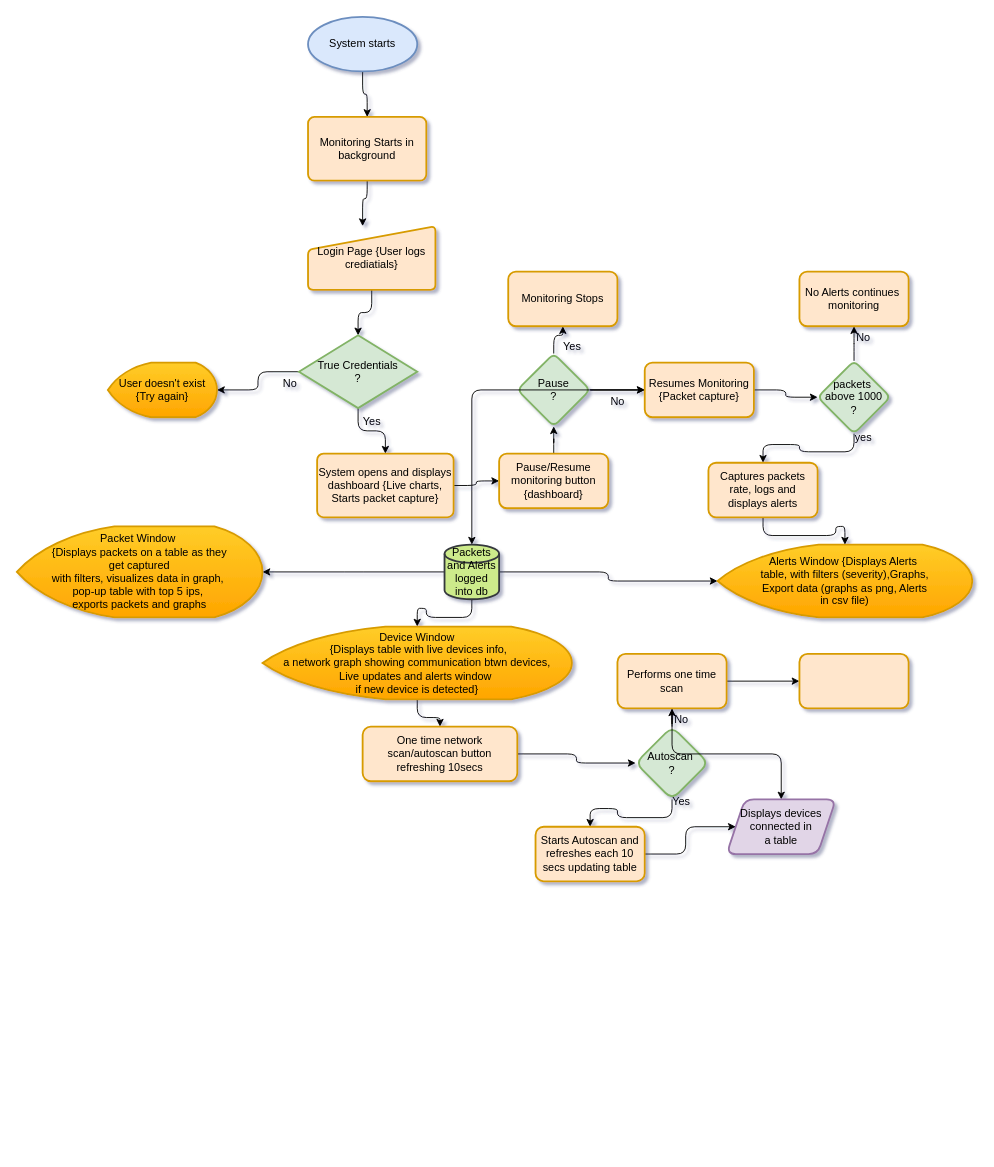
Above: docs/Untitled Diagram.drawio in Bigst3pp3r/Simple-Network-Monitoring-System-main (draw.io), before the change. Source tidied: cells renumbered, new cells numbered last; positions are measured from the earlier drawing's top-left corner, leaving out a move shared by most shapes. Both pictures are drawn from the tidied source at 91%, with x=0, y=0 at pixel (16, 16).
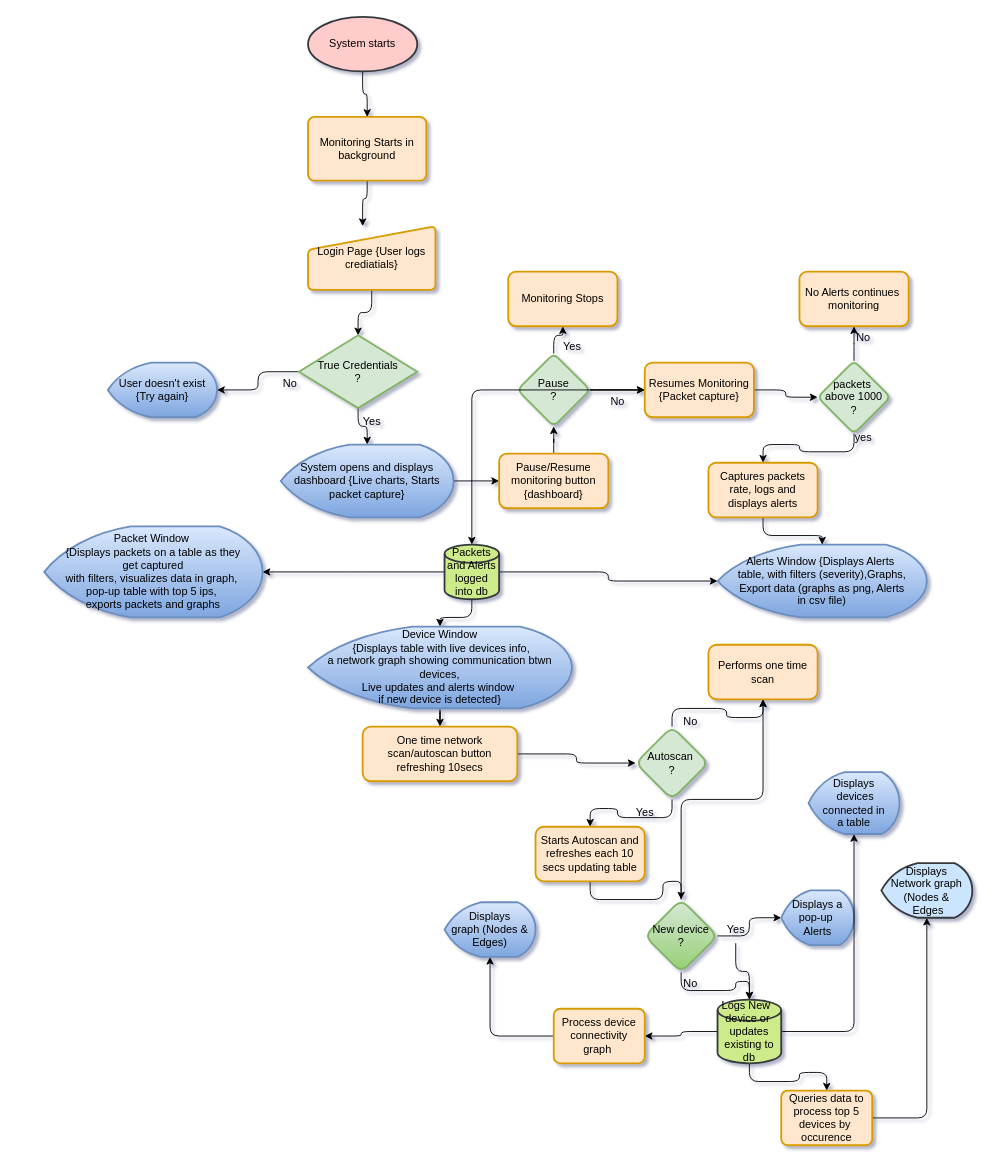
Above is the later version.

The change refers to these unchanged cells:
```xml
<mxCell id="54" value="Starts Autoscan and refreshes each 10 secs updating table" style="rounded=1;whiteSpace=wrap;html=1;fillColor=#ffe6cc;strokeColor=#d79b00;strokeWidth=2;" parent="1" vertex="1">
  <mxGeometry x="570" y="890" width="120" height="60" as="geometry" />
</mxCell>
```

The edit, as a diff of the source:
```diff
@@
-    <mxCell id="3" value="System starts" style="strokeWidth=2;html=1;shape=mxgraph.flowchart.start_1;whiteSpace=wrap;fillColor=#dae8fc;strokeColor=#6c8ebf;rounded=1;" parent="1" vertex="1">
+    <mxCell id="3" value="System starts" style="strokeWidth=2;html=1;shape=mxgraph.flowchart.start_1;whiteSpace=wrap;fillColor=#ffcccc;strokeColor=#36393d;rounded=1;" parent="1" vertex="1">
       <mxGeometry x="320" width="120" height="60" as="geometry" />
     </mxCell>
@@
-    <mxCell id="13" value="System opens and displays dashboard {Live charts, Starts packet capture}" style="rounded=1;whiteSpace=wrap;html=1;absoluteArcSize=1;arcSize=14;strokeWidth=2;fillColor=#ffe6cc;strokeColor=#d79b00;" parent="1" vertex="1">
-      <mxGeometry x="330" y="480" width="150" height="70" as="geometry" />
+    <mxCell id="13" value="System opens and displays dashboard {Live charts, Starts packet capture}" style="rounded=1;whiteSpace=wrap;html=1;absoluteArcSize=1;arcSize=14;strokeWidth=2;fillColor=#dae8fc;strokeColor=#6c8ebf;shape=mxgraph.flowchart.display;gradientColor=#7ea6e0;" parent="1" vertex="1">
+      <mxGeometry x="290" y="470" width="190" height="80" as="geometry" />
     </mxCell>
@@
-    <mxCell id="16" value="User doesn't exist&lt;div&gt;{Try again}&lt;/div&gt;" style="shape=mxgraph.flowchart.display;whiteSpace=wrap;html=1;fixedSize=1;fillColor=#ffcd28;strokeColor=#d79b00;strokeWidth=2;rounded=1;gradientColor=#ffa500;" parent="1" vertex="1">
+    <mxCell id="16" value="User doesn't exist&lt;div&gt;{Try again}&lt;/div&gt;" style="shape=mxgraph.flowchart.display;whiteSpace=wrap;html=1;fixedSize=1;fillColor=#dae8fc;strokeColor=#6c8ebf;strokeWidth=2;rounded=1;gradientColor=#7ea6e0;" parent="1" vertex="1">
       <mxGeometry x="100" y="380" width="120" height="60" as="geometry" />
     </mxCell>
@@
-    <mxCell id="32" value="Alerts Window&amp;nbsp;&lt;span style=&quot;background-color: transparent; color: light-dark(rgb(0, 0, 0), rgb(255, 255, 255));&quot;&gt;{Displays Alerts&amp;nbsp;&lt;/span&gt;&lt;div&gt;table, with filters (severity),Graphs,&lt;/div&gt;&lt;div&gt;Export data (graphs as png, Alerts&lt;/div&gt;&lt;div&gt;in csv file)&lt;/div&gt;" style="shape=mxgraph.flowchart.display;whiteSpace=wrap;html=1;fixedSize=1;fillColor=#ffcd28;strokeColor=#d79b00;strokeWidth=2;rounded=1;gradientColor=#ffa500;" parent="1" vertex="1">
-      <mxGeometry x="770" y="580" width="280" height="80" as="geometry" />
+    <mxCell id="32" value="Alerts Window&amp;nbsp;&lt;span style=&quot;background-color: transparent; color: light-dark(rgb(0, 0, 0), rgb(255, 255, 255));&quot;&gt;{Displays Alerts&amp;nbsp;&lt;/span&gt;&lt;div&gt;table, with filters (severity),Graphs,&lt;/div&gt;&lt;div&gt;Export data (graphs as png, Alerts&lt;/div&gt;&lt;div&gt;in csv file)&lt;/div&gt;" style="shape=mxgraph.flowchart.display;whiteSpace=wrap;html=1;fixedSize=1;fillColor=#dae8fc;strokeColor=#6c8ebf;strokeWidth=2;rounded=1;gradientColor=#7ea6e0;" parent="1" vertex="1">
+      <mxGeometry x="770" y="580" width="230" height="80" as="geometry" />
     </mxCell>
@@
-    <mxCell id="40" value="Device Window&lt;div&gt;&amp;nbsp;{Displays table with live devices info,&lt;div&gt;a network graph showing communication btwn devices,&lt;/div&gt;&lt;div&gt;Live updates and alerts window&amp;nbsp;&lt;/div&gt;&lt;div&gt;if new device is detected}&lt;/div&gt;&lt;/div&gt;" style="shape=mxgraph.flowchart.display;whiteSpace=wrap;html=1;fixedSize=1;fillColor=#ffcd28;strokeColor=#d79b00;strokeWidth=2;rounded=1;gradientColor=#ffa500;" parent="1" vertex="1">
-      <mxGeometry x="270" y="670" width="340" height="80" as="geometry" />
+    <mxCell id="40" value="Device Window&lt;div&gt;&amp;nbsp;{Displays table with live devices info,&lt;div&gt;a network graph showing communication btwn devices,&lt;/div&gt;&lt;div&gt;Live updates and alerts window&amp;nbsp;&lt;/div&gt;&lt;div&gt;if new device is detected}&lt;/div&gt;&lt;/div&gt;" style="shape=mxgraph.flowchart.display;whiteSpace=wrap;html=1;fixedSize=1;fillColor=#dae8fc;strokeColor=#6c8ebf;strokeWidth=2;rounded=1;gradientColor=#7ea6e0;" parent="1" vertex="1">
+      <mxGeometry x="320" y="670" width="290" height="90" as="geometry" />
     </mxCell>
@@
-    <mxCell id="48" style="edgeStyle=orthogonalEdgeStyle;rounded=1;jettySize=auto;html=1;" parent="1" edge="1" source="50" target="52">
-      <mxGeometry relative="1" as="geometry" />
-    </mxCell>
-    <mxCell id="49" style="edgeStyle=orthogonalEdgeStyle;rounded=1;jettySize=auto;html=1;" parent="1" edge="1" source="50" target="56">
-      <mxGeometry relative="1" as="geometry" />
-    </mxCell>
     <mxCell id="50" value="Performs one time scan" style="rounded=1;whiteSpace=wrap;html=1;fillColor=#ffe6cc;strokeColor=#d79b00;strokeWidth=2;" parent="1" vertex="1">
-      <mxGeometry x="660" y="700" width="120" height="60" as="geometry" />
+      <mxGeometry x="760" y="690" width="120" height="60" as="geometry" />
     </mxCell>
     <mxCell id="51" value="No" style="text;html=1;align=center;verticalAlign=middle;strokeColor=none;fillColor=none;rounded=1;" parent="1" vertex="1">
-      <mxGeometry x="710" y="758" width="40" height="30" as="geometry" />
+      <mxGeometry x="720" y="760" width="40" height="30" as="geometry" />
     </mxCell>
-    <mxCell id="52" value="Displays devices&lt;div&gt;connected in&lt;/div&gt;&lt;div&gt;a table&lt;/div&gt;" style="shape=parallelogram;perimeter=parallelogramPerimeter;whiteSpace=wrap;html=1;fixedSize=1;fillColor=#e1d5e7;strokeColor=#9673a6;rounded=1;strokeWidth=2;" parent="1" vertex="1">
-      <mxGeometry x="780" y="860" width="120" height="60" as="geometry" />
+    <mxCell id="52" value="Displays&lt;div&gt;&amp;nbsp;devices&lt;div&gt;connected in&lt;/div&gt;&lt;div&gt;a table&lt;/div&gt;&lt;/div&gt;" style="shape=mxgraph.flowchart.display;whiteSpace=wrap;html=1;fixedSize=1;fillColor=#dae8fc;strokeColor=#6c8ebf;rounded=1;strokeWidth=2;gradientColor=#7ea6e0;" parent="1" vertex="1">
+      <mxGeometry x="870" y="830" width="100" height="68" as="geometry" />
     </mxCell>
-    <mxCell id="53" style="edgeStyle=orthogonalEdgeStyle;rounded=1;jettySize=auto;html=1;" parent="1" edge="1" source="54" target="52">
-      <mxGeometry relative="1" as="geometry" />
-    </mxCell>
+    <mxCell id="58" style="edgeStyle=orthogonalEdgeStyle;rounded=1;jettySize=auto;html=1;" parent="1" edge="1" source="54" target="62">
+      <mxGeometry relative="1" as="geometry" />
+    </mxCell>
@@
     <mxCell id="55" value="Yes" style="text;html=1;align=center;verticalAlign=middle;strokeColor=none;fillColor=none;rounded=1;" parent="1" vertex="1">
-      <mxGeometry x="710" y="848" width="40" height="30" as="geometry" />
+      <mxGeometry x="670" y="860" width="40" height="30" as="geometry" />
     </mxCell>
-    <mxCell id="56" style="whiteSpace=wrap;html=1;fillColor=#ffe6cc;strokeColor=#d79b00;rounded=1;strokeWidth=2;" parent="1" vertex="1">
-      <mxGeometry x="860" y="700" width="120" height="60" as="geometry" />
-    </mxCell>
-    <mxCell id="57" value="Packet Window&amp;nbsp;&lt;div&gt;{Displays packets on a table as they&lt;/div&gt;&lt;div&gt;&amp;nbsp;get captured&amp;nbsp;&lt;/div&gt;&lt;div&gt;with filters, visualizes data in graph,&amp;nbsp;&lt;/div&gt;&lt;div&gt;pop-up table with top 5 ips,&amp;nbsp;&lt;/div&gt;&lt;div&gt;exports packets and graphs&lt;/div&gt;" style="strokeWidth=2;html=1;shape=mxgraph.flowchart.display;whiteSpace=wrap;rounded=1;fillColor=#ffcd28;strokeColor=#d79b00;gradientColor=#ffa500;" parent="1" vertex="1">
-      <mxGeometry y="560" width="270" height="100" as="geometry" />
+    <mxCell id="57" value="Packet Window&amp;nbsp;&lt;div&gt;{Displays packets on a table as they&lt;/div&gt;&lt;div&gt;&amp;nbsp;get captured&amp;nbsp;&lt;/div&gt;&lt;div&gt;with filters, visualizes data in graph,&amp;nbsp;&lt;/div&gt;&lt;div&gt;pop-up table with top 5 ips,&amp;nbsp;&lt;/div&gt;&lt;div&gt;exports packets and graphs&lt;/div&gt;" style="strokeWidth=2;html=1;shape=mxgraph.flowchart.display;whiteSpace=wrap;rounded=1;fillColor=#dae8fc;strokeColor=#6c8ebf;gradientColor=#7ea6e0;" parent="1" vertex="1">
+      <mxGeometry x="30" y="560" width="240" height="100" as="geometry" />
     </mxCell>
+    <mxCell id="59" style="edgeStyle=orthogonalEdgeStyle;rounded=1;jettySize=auto;html=1;" parent="1" edge="1" source="62" target="63">
+      <mxGeometry relative="1" as="geometry" />
+    </mxCell>
+    <mxCell id="60" style="edgeStyle=orthogonalEdgeStyle;rounded=1;jettySize=auto;html=1;" parent="1" edge="1" source="62" target="69">
+      <mxGeometry relative="1" as="geometry" />
+    </mxCell>
+    <mxCell id="61" style="edgeStyle=orthogonalEdgeStyle;rounded=1;jettySize=auto;html=1;" parent="1" edge="1" source="62" target="50">
+      <mxGeometry relative="1" as="geometry" />
+    </mxCell>
+    <mxCell id="62" value="New device&lt;div&gt;?&lt;/div&gt;" style="rhombus;whiteSpace=wrap;html=1;fillColor=#d5e8d4;strokeColor=#82b366;rounded=1;strokeWidth=2;gradientColor=#97d077;" parent="1" vertex="1">
+      <mxGeometry x="690" y="970" width="80" height="80" as="geometry" />
+    </mxCell>
+    <mxCell id="63" value="Displays a pop-up&amp;nbsp;&lt;div&gt;Alerts&lt;/div&gt;" style="strokeWidth=2;html=1;shape=mxgraph.flowchart.display;whiteSpace=wrap;rounded=1;fillColor=#dae8fc;gradientColor=#7ea6e0;strokeColor=#6c8ebf;" parent="1" vertex="1">
+      <mxGeometry x="840" y="960" width="80" height="60" as="geometry" />
+    </mxCell>
+    <mxCell id="64" style="edgeStyle=orthogonalEdgeStyle;rounded=1;jettySize=auto;html=1;" parent="1" edge="1" source="65" target="69">
+      <mxGeometry relative="1" as="geometry" />
+    </mxCell>
+    <mxCell id="65" value="Yes" style="text;html=1;align=center;verticalAlign=middle;points=[];strokeColor=none;fillColor=none;" parent="1" vertex="1">
+      <mxGeometry x="770" y="988" width="40" height="30" as="geometry" />
+    </mxCell>
+    <mxCell id="66" style="edgeStyle=orthogonalEdgeStyle;rounded=1;jettySize=auto;html=1;" parent="1" edge="1" source="69" target="52">
+      <mxGeometry relative="1" as="geometry" />
+    </mxCell>
+    <mxCell id="67" style="edgeStyle=orthogonalEdgeStyle;rounded=1;jettySize=auto;html=1;" parent="1" edge="1" source="69" target="72">
+      <mxGeometry relative="1" as="geometry" />
+    </mxCell>
+    <mxCell id="68" style="edgeStyle=orthogonalEdgeStyle;rounded=1;jettySize=auto;html=1;" parent="1" edge="1" source="69" target="75">
+      <mxGeometry relative="1" as="geometry" />
+    </mxCell>
+    <mxCell id="69" value="Logs New&amp;nbsp;&amp;nbsp;&lt;div&gt;device or&amp;nbsp;&lt;/div&gt;&lt;div&gt;updates existing to&lt;/div&gt;&lt;div&gt;db&lt;/div&gt;" style="strokeWidth=2;html=1;shape=mxgraph.flowchart.database;whiteSpace=wrap;rounded=1;fillColor=#cdeb8b;strokeColor=#36393d;" parent="1" vertex="1">
+      <mxGeometry x="770" y="1080" width="70" height="70" as="geometry" />
+    </mxCell>
+    <mxCell id="70" value="No" style="text;html=1;align=center;verticalAlign=middle;strokeColor=none;fillColor=none;" parent="1" vertex="1">
+      <mxGeometry x="720" y="1048" width="40" height="30" as="geometry" />
+    </mxCell>
+    <mxCell id="71" style="edgeStyle=orthogonalEdgeStyle;rounded=1;jettySize=auto;html=1;" parent="1" edge="1" source="72" target="73">
+      <mxGeometry relative="1" as="geometry" />
+    </mxCell>
+    <mxCell id="72" value="Process device connectivity graph&amp;nbsp;" style="rounded=1;whiteSpace=wrap;html=1;absoluteArcSize=1;arcSize=14;strokeWidth=2;fillColor=#ffe6cc;strokeColor=#d79b00;" parent="1" vertex="1">
+      <mxGeometry x="590" y="1090" width="100" height="60" as="geometry" />
+    </mxCell>
+    <mxCell id="73" value="Displays&lt;div&gt;graph (Nodes &amp;amp;&lt;/div&gt;&lt;div&gt;Edges)&lt;/div&gt;" style="strokeWidth=2;html=1;shape=mxgraph.flowchart.display;whiteSpace=wrap;rounded=1;fillColor=#dae8fc;strokeColor=#6c8ebf;gradientColor=#7ea6e0;" parent="1" vertex="1">
+      <mxGeometry x="470" y="973" width="100" height="60" as="geometry" />
+    </mxCell>
+    <mxCell id="74" style="edgeStyle=orthogonalEdgeStyle;rounded=1;jettySize=auto;html=1;" parent="1" edge="1" source="75" target="76">
+      <mxGeometry relative="1" as="geometry" />
+    </mxCell>
+    <mxCell id="75" value="Queries data to&lt;div&gt;process top 5 devices by&amp;nbsp;&lt;/div&gt;&lt;div&gt;occurence&lt;/div&gt;" style="strokeWidth=2;html=1;shape=label;whiteSpace=wrap;rounded=1;absoluteArcSize=1;arcSize=14;fillColor=#ffe6cc;strokeColor=#d79b00;" parent="1" vertex="1">
+      <mxGeometry x="840" y="1180" width="100" height="60" as="geometry" />
+    </mxCell>
+    <mxCell id="76" value="Displays&lt;div&gt;Network graph&lt;/div&gt;&lt;div&gt;(Nodes &amp;amp;&lt;/div&gt;&lt;div&gt;&amp;nbsp;Edges&lt;/div&gt;" style="strokeWidth=2;html=1;shape=mxgraph.flowchart.display;whiteSpace=wrap;rounded=1;fillColor=#cce5ff;strokeColor=#36393d;" parent="1" vertex="1">
+      <mxGeometry x="950" y="930" width="100" height="60" as="geometry" />
+    </mxCell>
```
